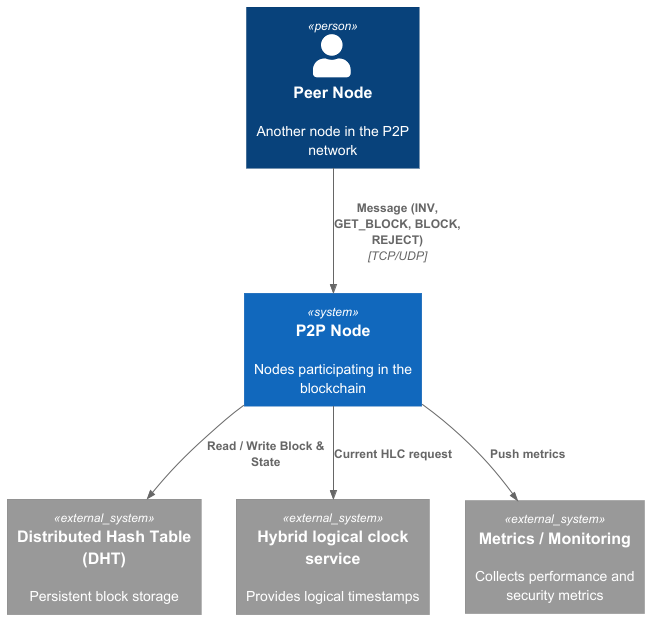
Above: docs/diagram/component/c1.png in Hugofr21/blockchain-mechanisms (PlantUML), before the change. Source of this version:
```plantuml
@startuml P2P_Node_Context
!define C4P
!include https://raw.githubusercontent.com/plantuml-stdlib/C4-PlantUML/master/C4_Context.puml

Person(peer, "Peer Node", "Another node in the P2P network")
System(p2pNode, "P2P Node", "Nodes participating in the blockchain")
System_Ext(dht, "Distributed Hash Table (DHT)", "Persistent block storage")
System_Ext(clock, "Hybrid logical clock service", "Provides logical timestamps")
System_Ext(monitor, "Metrics / Monitoring", "Collects performance and security metrics")

Rel(peer, p2pNode, "Message (INV, GET_BLOCK, BLOCK, REJECT)", "TCP/UDP")
Rel(p2pNode, dht, "Read / Write Block & State")
Rel(p2pNode, clock, "Current HLC request")
Rel(p2pNode, monitor, "Push metrics")

@enduml
```
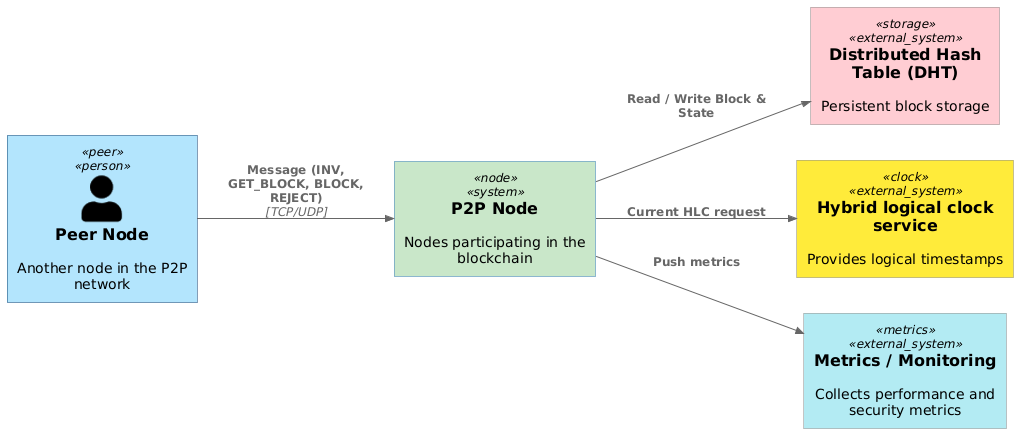
Above is the later version.

Commit message:
diagram P2P Node Context

The edit, as a diff of the source:
```diff
@@ -1,16 +1,33 @@
-@startuml P2P_Node_Context
+@startuml
 !define C4P
-!include https://raw.githubusercontent.com/plantuml-stdlib/C4-PlantUML/master/C4_Context.puml
+  !include https://raw.githubusercontent.com/plantuml-stdlib/C4-PlantUML/master/C4_Context.puml
 
-Person(peer, "Peer Node", "Another node in the P2P network")
-System(p2pNode, "P2P Node", "Nodes participating in the blockchain")
-System_Ext(dht, "Distributed Hash Table (DHT)", "Persistent block storage")
-System_Ext(clock, "Hybrid logical clock service", "Provides logical timestamps")
-System_Ext(monitor, "Metrics / Monitoring", "Collects performance and security metrics")
+  LAYOUT_LEFT_RIGHT()
 
-Rel(peer, p2pNode, "Message (INV, GET_BLOCK, BLOCK, REJECT)", "TCP/UDP")
-Rel(p2pNode, dht, "Read / Write Block & State")
-Rel(p2pNode, clock, "Current HLC request")
-Rel(p2pNode, monitor, "Push metrics")
+  skinparam rectangle {
+    <<person>>    BackgroundColor #B3E5FC FontColor Black
+    <<system>>    BackgroundColor #C8E6C9 FontColor Black
+    <<external>>  BackgroundColor #CFD8DC FontColor Black
+  }
 
+  skinparam database {
+    <<external>>  BackgroundColor #FFCDD2 FontColor Black
+  }
+
+  AddElementTag("peer",    $bgColor="#B3E5FC", $fontColor="Black")
+  AddElementTag("node",    $bgColor="#C8E6C9", $fontColor="Black")
+  AddElementTag("storage", $bgColor="#FFCDD2", $fontColor="Black")
+  AddElementTag("clock",   $bgColor="#FFEB3B", $fontColor="Black")
+  AddElementTag("metrics", $bgColor="#B2EBF2", $fontColor="Black")
+
+  Person(peer,    "Peer Node",                       "Another node in the P2P network",          $tags="peer")
+  System(p2pNode, "P2P Node",                        "Nodes participating in the blockchain",    $tags="node")
+  System_Ext(dht, "Distributed Hash Table (DHT)",    "Persistent block storage",                $tags="storage")
+  System_Ext(clock,   "Hybrid logical clock service","Provides logical timestamps",             $tags="clock")
+  System_Ext(monitor, "Metrics / Monitoring",        "Collects performance and security metrics",$tags="metrics")
+
+  Rel(peer,    p2pNode, "Message (INV, GET_BLOCK, BLOCK, REJECT)", "TCP/UDP")
+  Rel(p2pNode, dht,     "Read / Write Block & State")
+  Rel(p2pNode, clock,   "Current HLC request")
+  Rel(p2pNode, monitor, "Push metrics")
 @enduml
```
